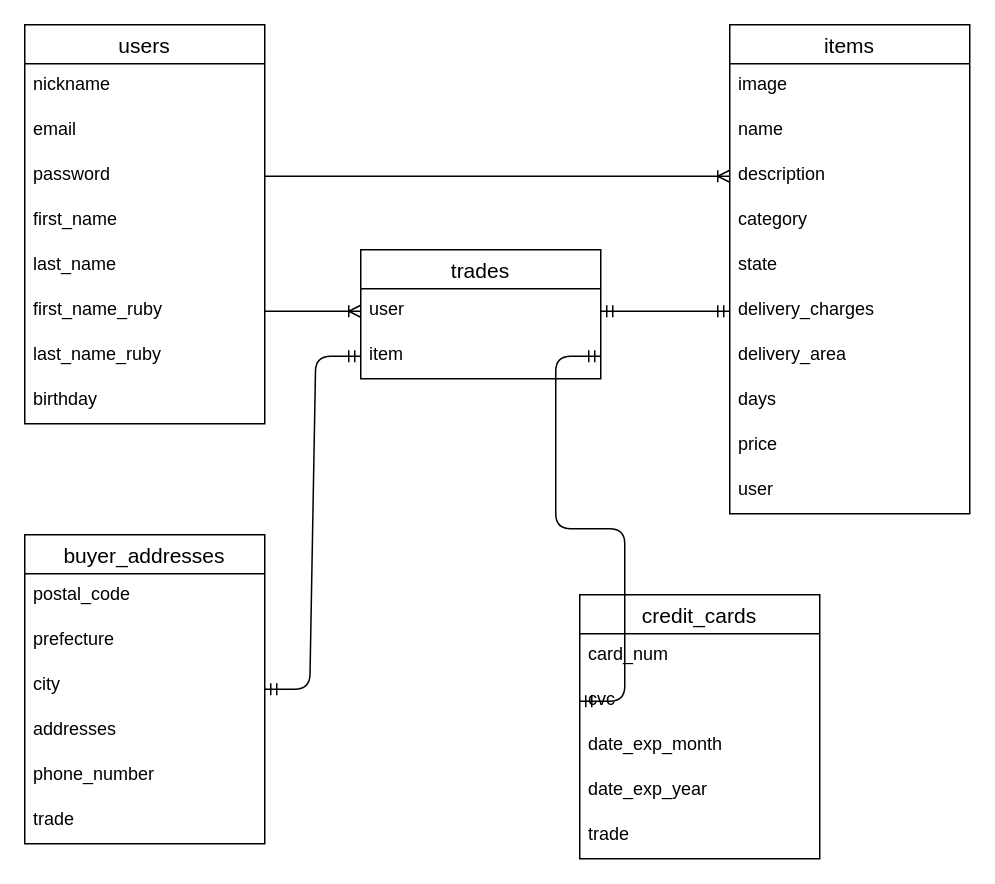
Earlier version of the draw.io diagram furima-31780.dio (Okisen/furima-31780). Source tidied: cells renumbered, new cells numbered last; positions are measured from the earlier drawing's top-left corner, leaving out a move shared by most shapes. Both pictures are drawn from the tidied source at 150%, with x=0, y=0 at pixel (24, 24).
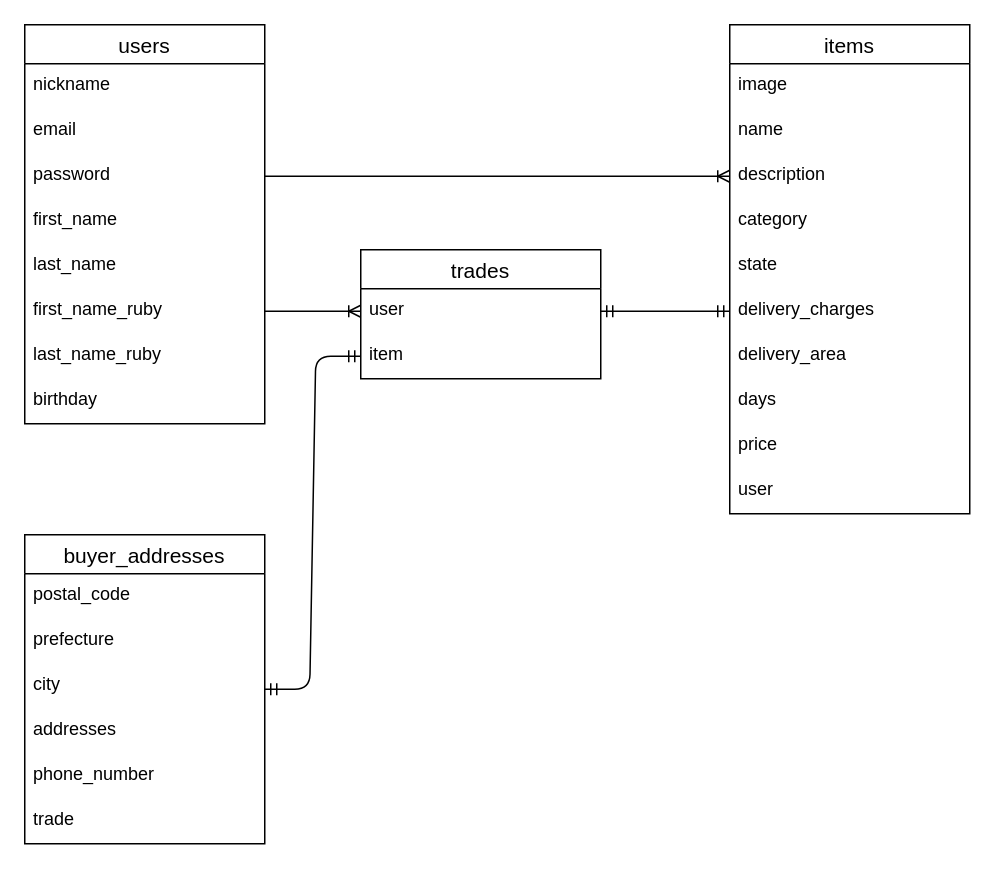
Above is the later version.

Unchanged cells that the change refers to:
```xml
<mxCell id="42" value="item" style="text;strokeColor=none;fillColor=none;spacingLeft=4;spacingRight=4;overflow=hidden;points=[[0,0.5],[1,0.5]];portConstraint=eastwest;fontSize=12;" parent="40" vertex="1">
  <mxGeometry y="56" width="160" height="30" as="geometry" />
</mxCell>
```

What changed in the source:
```diff
@@
-    <mxCell id="11" value="credit_cards" style="swimlane;fontStyle=0;horizontal=1;startSize=26;align=center;fontSize=14;" parent="1" vertex="1">
-      <mxGeometry x="370" y="380" width="160" height="176" as="geometry" />
-    </mxCell>
-    <mxCell id="12" value="card_num" style="text;strokeColor=none;fillColor=none;spacingLeft=4;spacingRight=4;overflow=hidden;fontSize=12;" parent="11" vertex="1">
-      <mxGeometry y="26" width="160" height="30" as="geometry" />
-    </mxCell>
-    <mxCell id="13" value="cvc" style="text;strokeColor=none;fillColor=none;spacingLeft=4;spacingRight=4;overflow=hidden;points=[[0,0.5],[1,0.5]];portConstraint=eastwest;fontSize=12;" parent="11" vertex="1">
-      <mxGeometry y="56" width="160" height="30" as="geometry" />
-    </mxCell>
-    <mxCell id="14" value="date_exp_month" style="text;strokeColor=none;fillColor=none;spacingLeft=4;spacingRight=4;overflow=hidden;fontSize=12;" parent="11" vertex="1">
-      <mxGeometry y="86" width="160" height="30" as="geometry" />
-    </mxCell>
-    <mxCell id="15" value="date_exp_year" style="text;strokeColor=none;fillColor=none;spacingLeft=4;spacingRight=4;overflow=hidden;fontSize=12;" parent="11" vertex="1">
-      <mxGeometry y="116" width="160" height="30" as="geometry" />
-    </mxCell>
-    <mxCell id="16" value="trade" style="text;strokeColor=none;fillColor=none;spacingLeft=4;spacingRight=4;overflow=hidden;fontSize=12;" parent="11" vertex="1">
-      <mxGeometry y="146" width="160" height="30" as="geometry" />
-    </mxCell>
@@
-    <mxCell id="39" style="edgeStyle=entityRelationEdgeStyle;fontSize=12;html=1;endArrow=ERmandOne;startArrow=ERmandOne;entryX=0;entryY=0.5;entryDx=0;entryDy=0;exitX=1;exitY=0.5;exitDx=0;exitDy=0;" parent="1" edge="1" source="42" target="13">
-      <mxGeometry relative="1" as="geometry" />
-    </mxCell>
```
